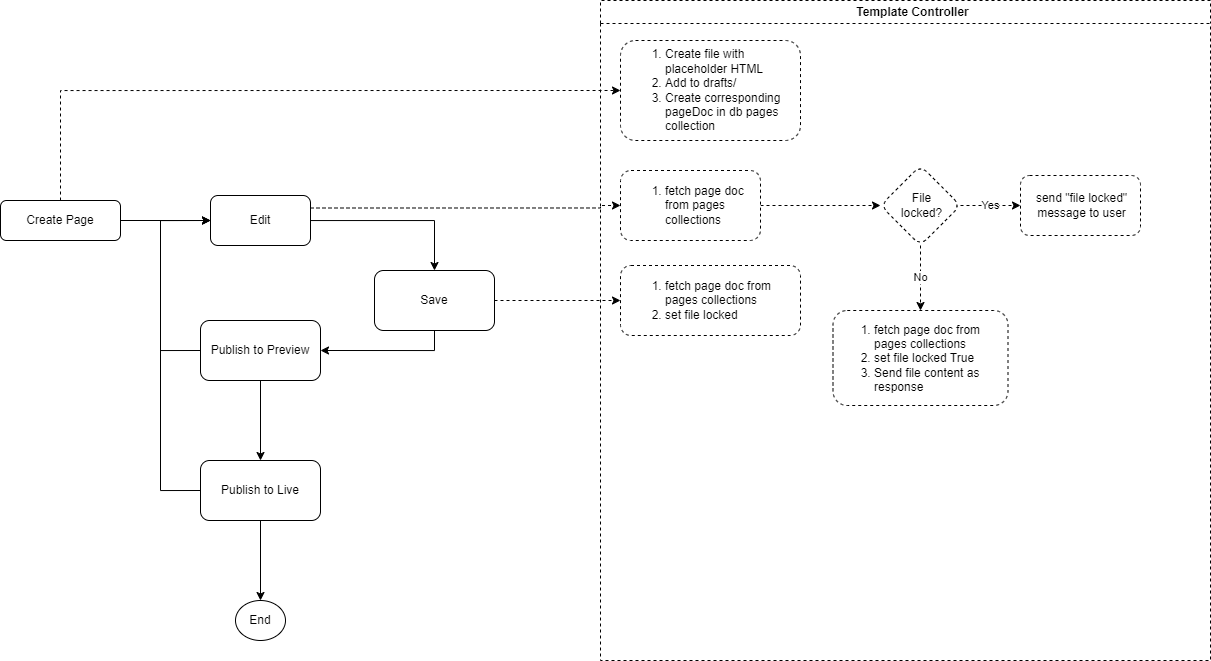
j-000/drawio keeps this draw.io diagram as publishing process.png. Above is the earlier version. Source tidied: cells renumbered, new cells last; positions are measured from the earlier drawing's top-left corner, leaving out a move shared by most shapes.
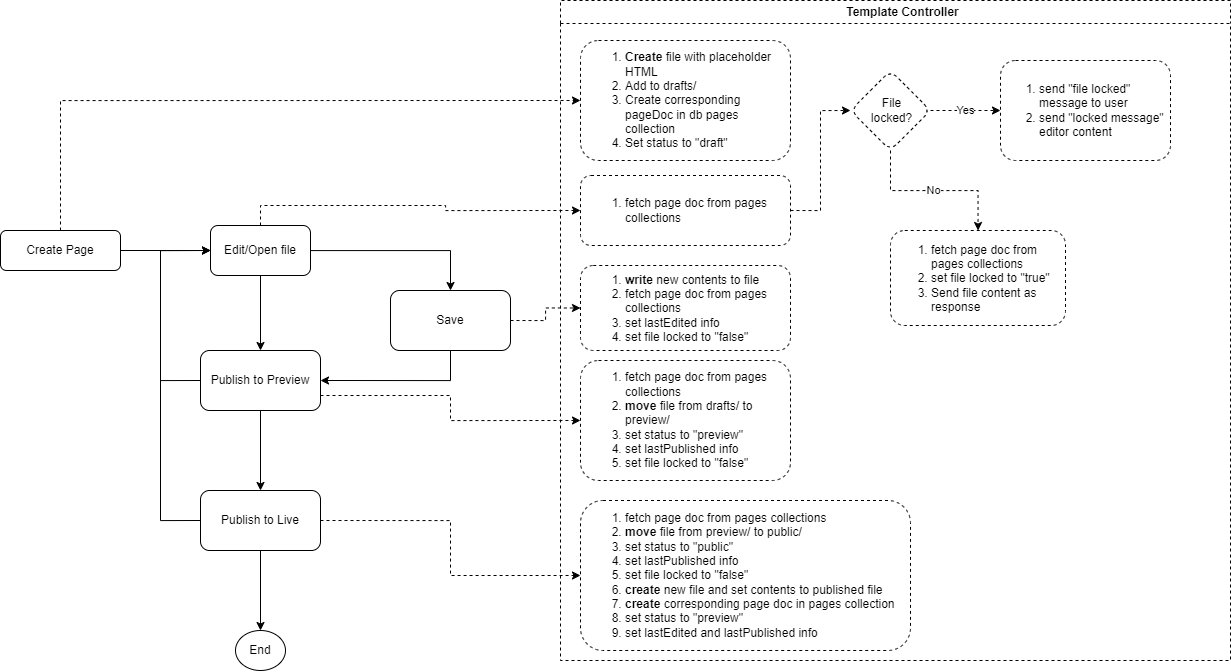
Later version of the same file.

Diff of the diagram source:
```diff
@@ -12,19 +12,19 @@
       <mxGeometry y="200" width="120" height="40" as="geometry" />
     </mxCell>
     <mxCell id="5" value="Template Controller" style="swimlane;whiteSpace=wrap;html=1;dashed=1;spacingLeft=15;" parent="1" vertex="1">
-      <mxGeometry x="600" width="610" height="660" as="geometry" />
+      <mxGeometry x="560" y="-30" width="670" height="660" as="geometry" />
     </mxCell>
-    <mxCell id="6" value="&lt;ol&gt;&lt;li&gt;Create file with placeholder HTML&lt;/li&gt;&lt;li&gt;Add to drafts/&lt;/li&gt;&lt;li&gt;Create corresponding pageDoc in db pages collection&lt;/li&gt;&lt;/ol&gt;" style="whiteSpace=wrap;html=1;rounded=1;align=left;spacingLeft=3;dashed=1;" parent="5" vertex="1">
-      <mxGeometry x="20" y="40" width="180" height="100" as="geometry" />
+    <mxCell id="6" value="&lt;ol&gt;&lt;li&gt;&lt;b&gt;Create&lt;/b&gt; file with placeholder HTML&lt;/li&gt;&lt;li&gt;Add to drafts/&lt;/li&gt;&lt;li&gt;Create corresponding pageDoc in db pages collection&lt;/li&gt;&lt;li&gt;Set status to &quot;draft&quot;&lt;/li&gt;&lt;/ol&gt;" style="whiteSpace=wrap;html=1;rounded=1;align=left;spacingLeft=3;dashed=1;" parent="5" vertex="1">
+      <mxGeometry x="20" y="40" width="210" height="120" as="geometry" />
     </mxCell>
-    <mxCell id="7" style="edgeStyle=orthogonalEdgeStyle;rounded=0;jettySize=auto;html=1;dashed=1;" parent="5" edge="1" source="8" target="12">
+    <mxCell id="7" style="edgeStyle=orthogonalEdgeStyle;rounded=0;jettySize=auto;html=1;exitX=1;exitY=0.5;exitDx=0;exitDy=0;entryX=0;entryY=0.5;entryDx=0;entryDy=0;dashed=1;" parent="5" edge="1" source="8" target="12">
       <mxGeometry relative="1" as="geometry" />
     </mxCell>
     <mxCell id="8" value="&lt;ol&gt;&lt;li&gt;fetch page doc from pages collections&lt;/li&gt;&lt;/ol&gt;" style="whiteSpace=wrap;html=1;rounded=1;align=left;spacingLeft=3;dashed=1;" parent="5" vertex="1">
-      <mxGeometry x="20" y="170" width="140" height="70" as="geometry" />
+      <mxGeometry x="20" y="175" width="210" height="70" as="geometry" />
     </mxCell>
-    <mxCell id="9" value="&lt;ol&gt;&lt;li&gt;fetch page doc from pages collections&lt;/li&gt;&lt;li&gt;set file locked&lt;/li&gt;&lt;/ol&gt;" style="whiteSpace=wrap;html=1;rounded=1;align=left;spacingLeft=3;dashed=1;" parent="5" vertex="1">
-      <mxGeometry x="20" y="265" width="180" height="70" as="geometry" />
+    <mxCell id="9" value="&lt;ol&gt;&lt;li&gt;&lt;span style=&quot;background-color: initial;&quot;&gt;&lt;b&gt;write&lt;/b&gt; new contents to file&lt;/span&gt;&lt;br&gt;&lt;/li&gt;&lt;li style=&quot;border-color: var(--border-color);&quot;&gt;fetch page doc from pages collections&lt;/li&gt;&lt;li style=&quot;border-color: var(--border-color);&quot;&gt;set lastEdited info&lt;/li&gt;&lt;li&gt;set file locked to &quot;false&quot;&lt;/li&gt;&lt;/ol&gt;" style="whiteSpace=wrap;html=1;rounded=1;align=left;spacingLeft=3;dashed=1;" parent="5" vertex="1">
+      <mxGeometry x="20" y="265" width="210" height="85" as="geometry" />
     </mxCell>
     <mxCell id="10" value="Yes" style="edgeStyle=orthogonalEdgeStyle;rounded=0;jettySize=auto;html=1;dashed=1;" parent="5" edge="1" source="12" target="13">
       <mxGeometry relative="1" as="geometry" />
@@ -33,26 +33,30 @@
       <mxGeometry relative="1" as="geometry" />
     </mxCell>
     <mxCell id="12" value="File &lt;br&gt;locked?" style="rhombus;whiteSpace=wrap;html=1;align=center;rounded=1;spacingLeft=3;dashed=1;" parent="5" vertex="1">
-      <mxGeometry x="280" y="165" width="80" height="80" as="geometry" />
+      <mxGeometry x="290" y="70" width="80" height="80" as="geometry" />
     </mxCell>
-    <mxCell id="13" value="send &quot;file locked&quot; message to user" style="whiteSpace=wrap;html=1;rounded=1;spacingLeft=3;dashed=1;" parent="5" vertex="1">
-      <mxGeometry x="420" y="175" width="120" height="60" as="geometry" />
+    <mxCell id="13" value="&lt;ol&gt;&lt;li style=&quot;text-align: left;&quot;&gt;send &quot;file locked&quot; message to user&lt;/li&gt;&lt;li style=&quot;text-align: left;&quot;&gt;send &quot;locked message&quot; editor content&lt;/li&gt;&lt;/ol&gt;" style="whiteSpace=wrap;html=1;rounded=1;spacingLeft=-2;dashed=1;" parent="5" vertex="1">
+      <mxGeometry x="440" y="60" width="170" height="100" as="geometry" />
     </mxCell>
-    <mxCell id="14" value="&lt;ol&gt;&lt;li&gt;fetch page doc from pages collections&lt;/li&gt;&lt;li&gt;set file locked True&lt;/li&gt;&lt;li&gt;Send file content as response&lt;/li&gt;&lt;/ol&gt;" style="whiteSpace=wrap;html=1;rounded=1;spacingLeft=-1;dashed=1;align=left;" parent="5" vertex="1">
-      <mxGeometry x="232.5" y="310" width="175" height="95" as="geometry" />
+    <mxCell id="14" value="&lt;ol&gt;&lt;li&gt;fetch page doc from pages collections&lt;/li&gt;&lt;li&gt;set file locked to &quot;true&quot;&lt;/li&gt;&lt;li&gt;Send file content as response&lt;/li&gt;&lt;/ol&gt;" style="whiteSpace=wrap;html=1;rounded=1;spacingLeft=-1;dashed=1;align=left;" parent="5" vertex="1">
+      <mxGeometry x="330" y="230" width="175" height="95" as="geometry" />
     </mxCell>
+    <mxCell id="28" value="&lt;ol&gt;&lt;li style=&quot;border-color: var(--border-color);&quot;&gt;fetch page doc from pages collections&lt;/li&gt;&lt;li style=&quot;border-color: var(--border-color);&quot;&gt;&lt;b&gt;move&lt;/b&gt; file from drafts/ to preview/&lt;/li&gt;&lt;li style=&quot;border-color: var(--border-color);&quot;&gt;set status to &quot;preview&quot;&lt;/li&gt;&lt;li style=&quot;border-color: var(--border-color);&quot;&gt;set lastPublished info&lt;/li&gt;&lt;li&gt;set file locked to &quot;false&quot;&lt;/li&gt;&lt;/ol&gt;" style="whiteSpace=wrap;html=1;rounded=1;align=left;spacingLeft=3;dashed=1;" parent="5" vertex="1">
+      <mxGeometry x="20" y="360" width="210" height="120" as="geometry" />
+    </mxCell>
+    <mxCell id="29" value="&lt;ol&gt;&lt;li style=&quot;border-color: var(--border-color);&quot;&gt;fetch page doc from pages collections&lt;/li&gt;&lt;li style=&quot;border-color: var(--border-color);&quot;&gt;&lt;b&gt;move&lt;/b&gt; file from preview/ to public/&lt;/li&gt;&lt;li style=&quot;border-color: var(--border-color);&quot;&gt;set status to &quot;public&quot;&lt;/li&gt;&lt;li style=&quot;border-color: var(--border-color);&quot;&gt;set lastPublished info&lt;/li&gt;&lt;li&gt;set file locked to &quot;false&quot;&lt;/li&gt;&lt;li&gt;&lt;b&gt;create&lt;/b&gt; new file and set contents to published file&lt;/li&gt;&lt;li&gt;&lt;b&gt;create&lt;/b&gt; corresponding page doc in pages collection&lt;/li&gt;&lt;li&gt;set status to &quot;preview&quot;&lt;/li&gt;&lt;li&gt;set lastEdited and lastPublished info&lt;/li&gt;&lt;/ol&gt;" style="whiteSpace=wrap;html=1;rounded=1;align=left;spacingLeft=3;dashed=1;" parent="5" vertex="1">
+      <mxGeometry x="20" y="500" width="330" height="150" as="geometry" />
+    </mxCell>
     <mxCell id="15" style="edgeStyle=orthogonalEdgeStyle;rounded=0;jettySize=auto;html=1;" parent="1" edge="1" source="17" target="27">
       <mxGeometry relative="1" as="geometry" />
     </mxCell>
-    <mxCell id="16" style="edgeStyle=orthogonalEdgeStyle;rounded=0;jettySize=auto;html=1;exitX=1;exitY=0.25;exitDx=0;exitDy=0;dashed=1;" parent="1" edge="1" source="17" target="8">
-      <mxGeometry relative="1" as="geometry">
-        <Array as="points">
-          <mxPoint x="600" y="207" />
-          <mxPoint x="600" y="205" />
-        </Array>
-      </mxGeometry>
+    <mxCell id="16" style="edgeStyle=orthogonalEdgeStyle;rounded=0;jettySize=auto;html=1;exitX=0.5;exitY=0;exitDx=0;exitDy=0;entryX=0;entryY=0.5;entryDx=0;entryDy=0;dashed=1;" parent="1" edge="1" source="17" target="8">
+      <mxGeometry relative="1" as="geometry" />
     </mxCell>
+    <mxCell id="30" style="edgeStyle=orthogonalEdgeStyle;rounded=0;jettySize=auto;html=1;exitX=0.5;exitY=1;exitDx=0;exitDy=0;entryX=0.5;entryY=0;entryDx=0;entryDy=0;" parent="1" edge="1" source="17" target="20">
+      <mxGeometry relative="1" as="geometry" />
+    </mxCell>
-    <mxCell id="17" value="Edit" style="whiteSpace=wrap;html=1;rounded=1;" parent="1" vertex="1">
+    <mxCell id="17" value="Edit/Open file" style="whiteSpace=wrap;html=1;rounded=1;" parent="1" vertex="1">
       <mxGeometry x="210" y="195" width="100" height="50" as="geometry" />
     </mxCell>
     <mxCell id="18" style="edgeStyle=orthogonalEdgeStyle;rounded=0;jettySize=auto;html=1;" parent="1" edge="1" source="20" target="23">
@@ -66,6 +70,9 @@
         </Array>
       </mxGeometry>
     </mxCell>
+    <mxCell id="31" style="edgeStyle=orthogonalEdgeStyle;rounded=0;jettySize=auto;html=1;exitX=1;exitY=0.75;exitDx=0;exitDy=0;entryX=0;entryY=0.5;entryDx=0;entryDy=0;dashed=1;" parent="1" edge="1" source="20" target="28">
+      <mxGeometry relative="1" as="geometry" />
+    </mxCell>
     <mxCell id="20" value="Publish to Preview" style="whiteSpace=wrap;html=1;rounded=1;" parent="1" vertex="1">
       <mxGeometry x="200" y="320" width="120" height="60" as="geometry" />
     </mxCell>
@@ -80,6 +87,9 @@
         </Array>
       </mxGeometry>
     </mxCell>
+    <mxCell id="32" style="edgeStyle=orthogonalEdgeStyle;rounded=0;jettySize=auto;html=1;exitX=1;exitY=0.5;exitDx=0;exitDy=0;entryX=0;entryY=0.5;entryDx=0;entryDy=0;dashed=1;" parent="1" edge="1" source="23" target="29">
+      <mxGeometry relative="1" as="geometry" />
+    </mxCell>
     <mxCell id="23" value="Publish to Live" style="whiteSpace=wrap;html=1;rounded=1;" parent="1" vertex="1">
       <mxGeometry x="200" y="460" width="120" height="60" as="geometry" />
     </mxCell>
@@ -93,7 +103,7 @@
       <mxGeometry relative="1" as="geometry" />
     </mxCell>
     <mxCell id="27" value="Save" style="whiteSpace=wrap;html=1;rounded=1;" parent="1" vertex="1">
-      <mxGeometry x="374" y="270" width="120" height="60" as="geometry" />
+      <mxGeometry x="390" y="260" width="120" height="60" as="geometry" />
     </mxCell>
   </root>
 </mxGraphModel>
```
